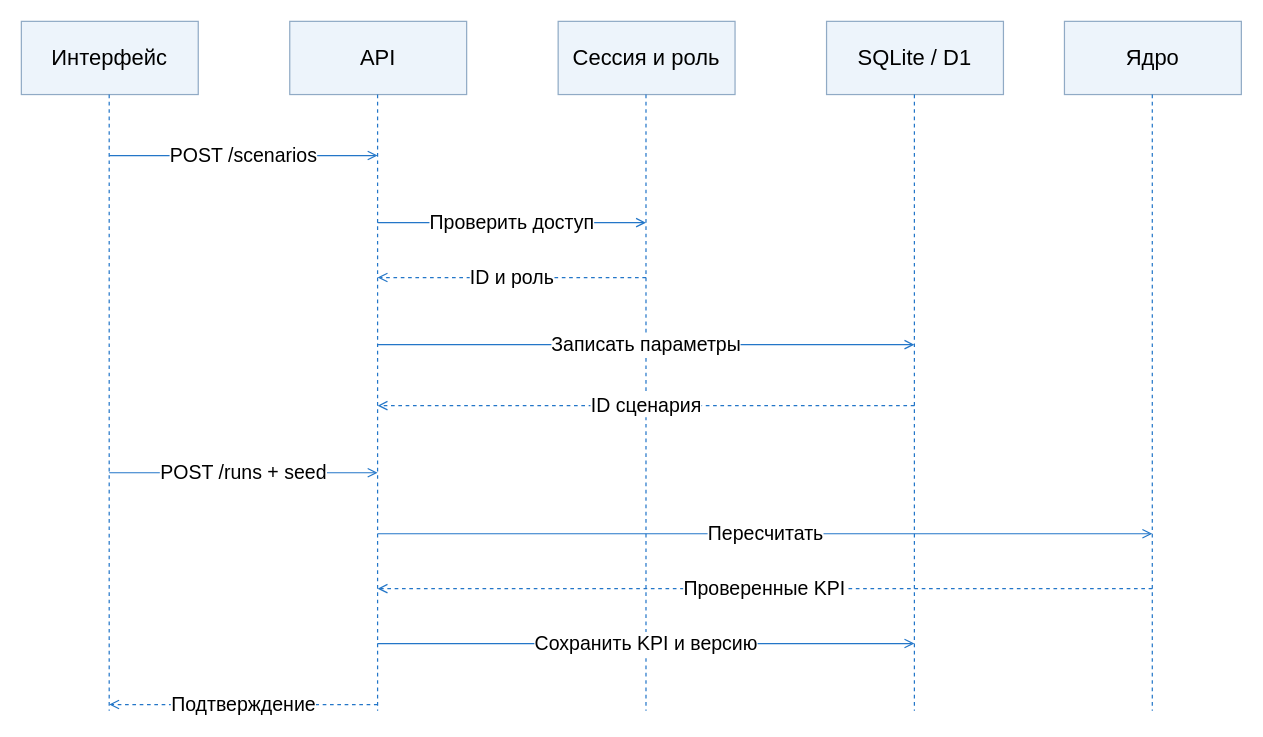
code7-8/potok-digital-twin keeps this draw.io diagram as docs/diagrams/06-sequence.drawio. Above is the earlier version. Source tidied: cells renumbered, new cells numbered last; positions are measured from the earlier drawing's top-left corner, leaving out a move shared by most shapes. Both pictures are drawn from the tidied source at 122%, with x=0, y=0 at pixel (21, 21).
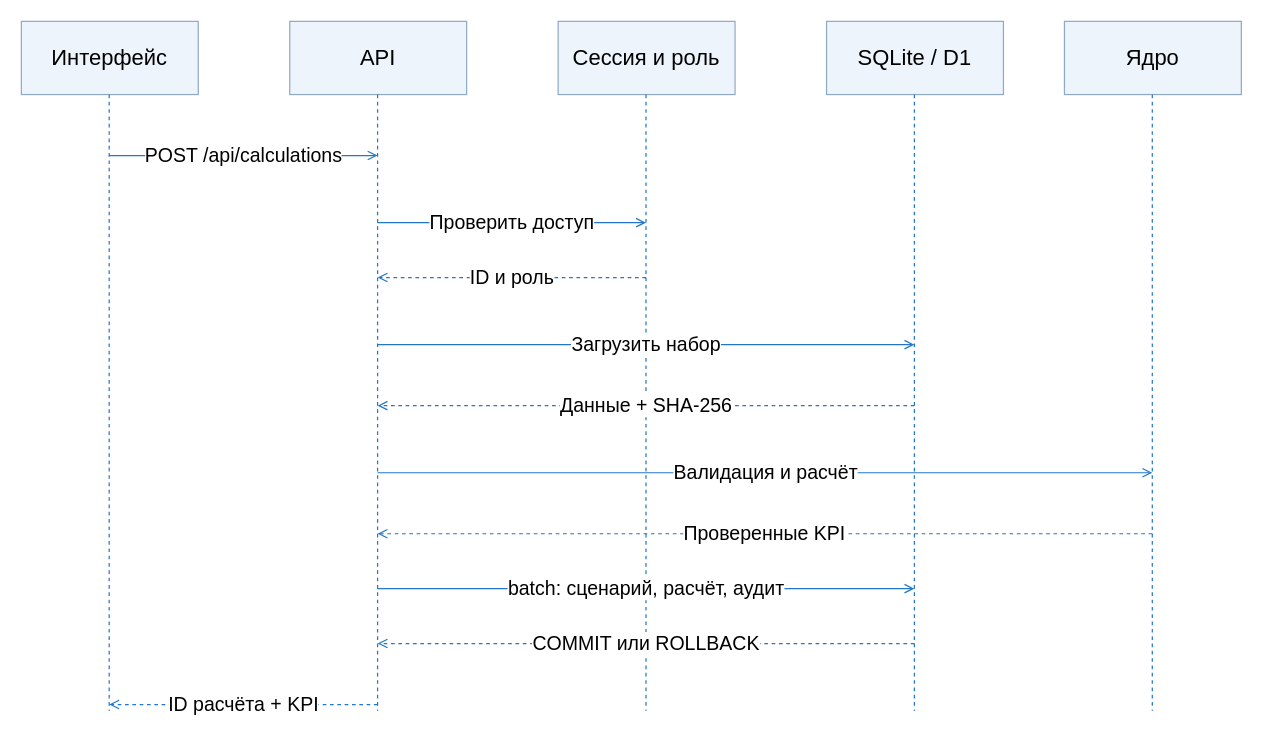
Above is the later version.

Change to the diagram source:
```diff
@@
-    <mxCell id="12" value="POST /scenarios" style="edgeStyle=orthogonalEdgeStyle;endArrow=open;endFill=0;html=1;strokeColor=#2376C8;dashed=0;fontSize=16;" parent="1" edge="1">
+    <mxCell id="12" value="POST /api/calculations" style="edgeStyle=orthogonalEdgeStyle;endArrow=open;endFill=0;html=1;strokeColor=#2376C8;dashed=0;fontSize=16;" parent="1" edge="1">
       <mxGeometry relative="1" as="geometry">
         <mxPoint x="72" y="110" as="sourcePoint" />
         <mxPoint x="292" y="110" as="targetPoint" />
       </mxGeometry>
     </mxCell>
@@
-    <mxCell id="15" value="Записать параметры" style="edgeStyle=orthogonalEdgeStyle;endArrow=open;endFill=0;html=1;strokeColor=#2376C8;dashed=0;fontSize=16;" parent="1" edge="1">
+    <mxCell id="15" value="Загрузить набор" style="edgeStyle=orthogonalEdgeStyle;endArrow=open;endFill=0;html=1;strokeColor=#2376C8;dashed=0;fontSize=16;" parent="1" edge="1">
       <mxGeometry relative="1" as="geometry">
         <mxPoint x="292" y="265" as="sourcePoint" />
         <mxPoint x="732" y="265" as="targetPoint" />
       </mxGeometry>
     </mxCell>
-    <mxCell id="16" value="ID сценария" style="edgeStyle=orthogonalEdgeStyle;endArrow=open;endFill=0;html=1;strokeColor=#2376C8;dashed=1;fontSize=16;" parent="1" edge="1">
+    <mxCell id="16" value="Данные + SHA-256" style="edgeStyle=orthogonalEdgeStyle;endArrow=open;endFill=0;html=1;strokeColor=#2376C8;dashed=1;fontSize=16;" parent="1" edge="1">
       <mxGeometry relative="1" as="geometry">
         <mxPoint x="732" y="315" as="sourcePoint" />
         <mxPoint x="292" y="315" as="targetPoint" />
       </mxGeometry>
     </mxCell>
-    <mxCell id="17" value="POST /runs + seed" style="edgeStyle=orthogonalEdgeStyle;endArrow=open;endFill=0;html=1;strokeColor=#2376C8;dashed=0;fontSize=16;" parent="1" edge="1">
+    <mxCell id="17" value="Валидация и расчёт" style="edgeStyle=orthogonalEdgeStyle;endArrow=open;endFill=0;html=1;strokeColor=#2376C8;dashed=0;fontSize=16;" parent="1" edge="1">
       <mxGeometry relative="1" as="geometry">
-        <mxPoint x="72" y="370" as="sourcePoint" />
-        <mxPoint x="292" y="370" as="targetPoint" />
+        <mxPoint x="292" y="370" as="sourcePoint" />
+        <mxPoint x="927" y="370" as="targetPoint" />
       </mxGeometry>
     </mxCell>
-    <mxCell id="18" value="Пересчитать" style="edgeStyle=orthogonalEdgeStyle;endArrow=open;endFill=0;html=1;strokeColor=#2376C8;dashed=0;fontSize=16;" parent="1" edge="1">
+    <mxCell id="18" value="Проверенные KPI" style="edgeStyle=orthogonalEdgeStyle;endArrow=open;endFill=0;html=1;strokeColor=#2376C8;dashed=1;fontSize=16;" parent="1" edge="1">
       <mxGeometry relative="1" as="geometry">
-        <mxPoint x="292" y="420" as="sourcePoint" />
-        <mxPoint x="927" y="420" as="targetPoint" />
+        <mxPoint x="927" y="420" as="sourcePoint" />
+        <mxPoint x="292" y="420" as="targetPoint" />
       </mxGeometry>
     </mxCell>
-    <mxCell id="19" value="Проверенные KPI" style="edgeStyle=orthogonalEdgeStyle;endArrow=open;endFill=0;html=1;strokeColor=#2376C8;dashed=1;fontSize=16;" parent="1" edge="1">
+    <mxCell id="19" value="batch: сценарий, расчёт, аудит" style="edgeStyle=orthogonalEdgeStyle;endArrow=open;endFill=0;html=1;strokeColor=#2376C8;dashed=0;fontSize=16;" parent="1" edge="1">
       <mxGeometry relative="1" as="geometry">
-        <mxPoint x="927" y="465" as="sourcePoint" />
-        <mxPoint x="292" y="465" as="targetPoint" />
+        <mxPoint x="292" y="465" as="sourcePoint" />
+        <mxPoint x="732" y="465" as="targetPoint" />
       </mxGeometry>
     </mxCell>
-    <mxCell id="20" value="Сохранить KPI и версию" style="edgeStyle=orthogonalEdgeStyle;endArrow=open;endFill=0;html=1;strokeColor=#2376C8;dashed=0;fontSize=16;" parent="1" edge="1">
+    <mxCell id="20" value="COMMIT или ROLLBACK" style="edgeStyle=orthogonalEdgeStyle;endArrow=open;endFill=0;html=1;strokeColor=#2376C8;dashed=1;fontSize=16;" parent="1" edge="1">
       <mxGeometry relative="1" as="geometry">
-        <mxPoint x="292" y="510" as="sourcePoint" />
-        <mxPoint x="732" y="510" as="targetPoint" />
+        <mxPoint x="732" y="510" as="sourcePoint" />
+        <mxPoint x="292" y="510" as="targetPoint" />
       </mxGeometry>
     </mxCell>
-    <mxCell id="21" value="Подтверждение" style="edgeStyle=orthogonalEdgeStyle;endArrow=open;endFill=0;html=1;strokeColor=#2376C8;dashed=1;fontSize=16;" parent="1" edge="1">
+    <mxCell id="21" value="ID расчёта + KPI" style="edgeStyle=orthogonalEdgeStyle;endArrow=open;endFill=0;html=1;strokeColor=#2376C8;dashed=1;fontSize=16;" parent="1" edge="1">
       <mxGeometry relative="1" as="geometry">
         <mxPoint x="292" y="560" as="sourcePoint" />
         <mxPoint x="72" y="560" as="targetPoint" />
       </mxGeometry>
     </mxCell>
```
